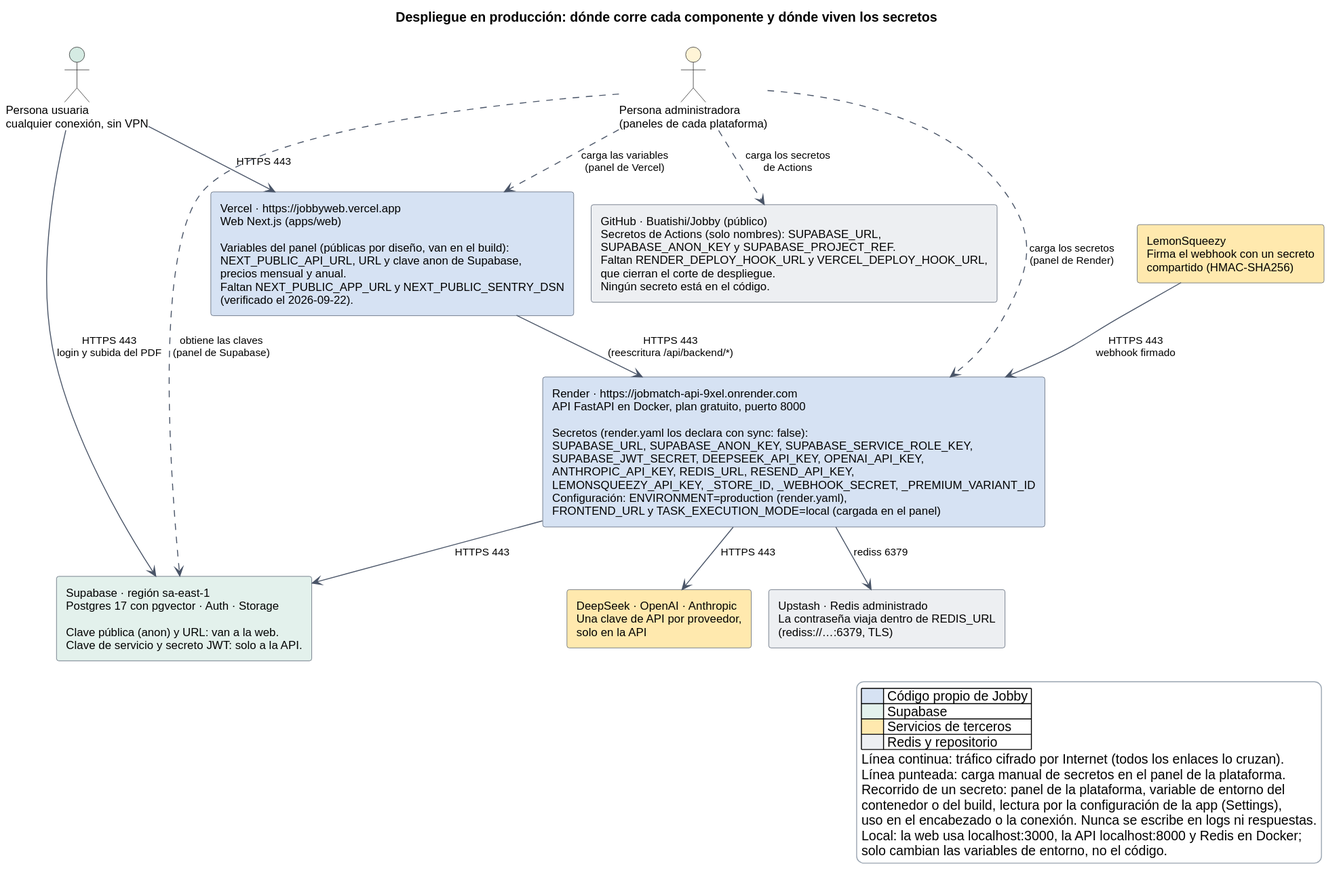
This is docs/diagramas/despliegue-y-secretos.svg from Buatishi/Jobby, a PlantUML export, as it was before one commit.
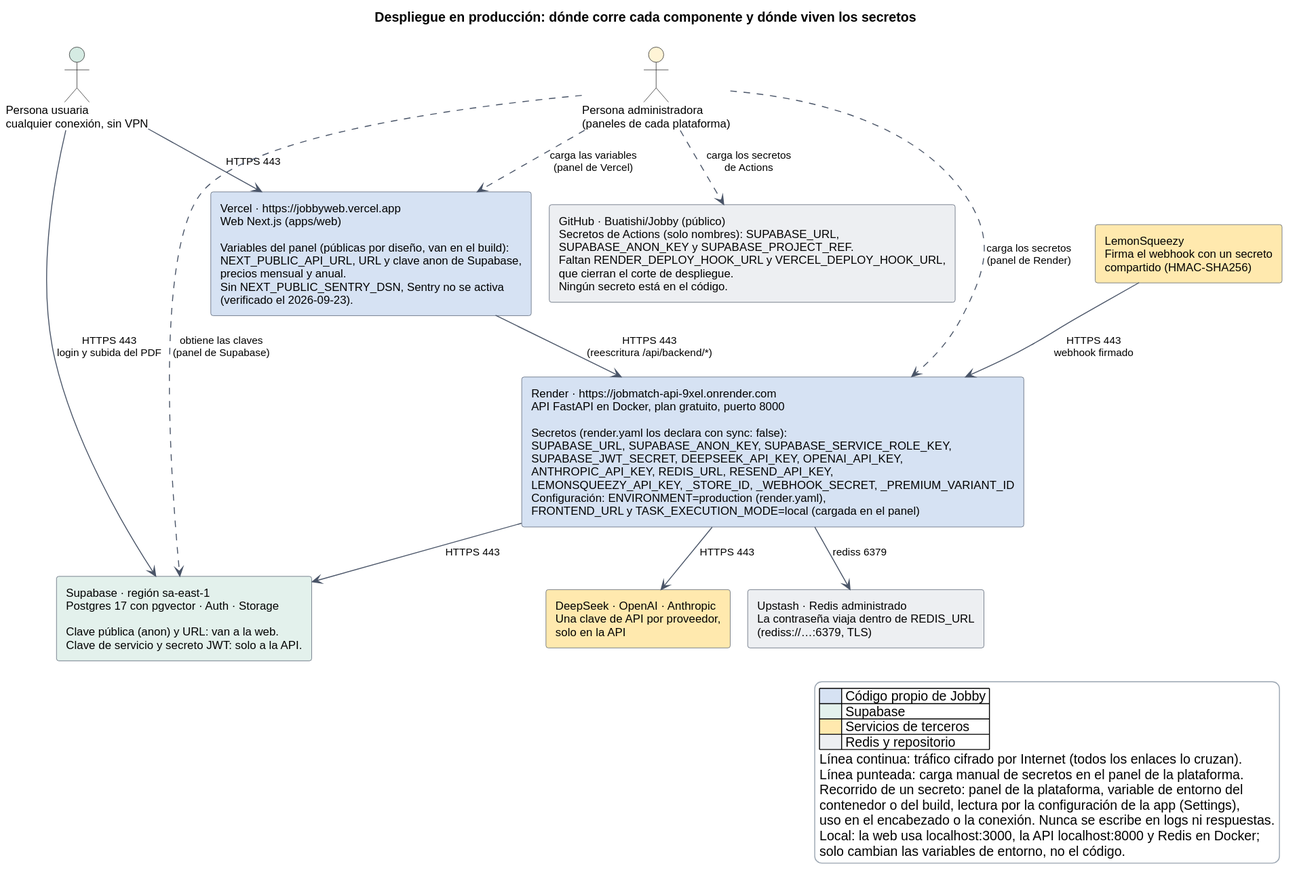
The same file after the commit.

Commit message:
Stop Vercel from building main and document how deploys really work

Change to the diagram source:
```diff
@@ -15,7 +15,7 @@
 actor "Persona usuaria\ncualquier conexión, sin VPN" as U #D5EBE3
 actor "Persona administradora\n(paneles de cada plataforma)" as ADM #FFF4D6
 
-rectangle "Vercel · https://jobbyweb.vercel.app\nWeb Next.js (apps/web)\n\nVariables del panel (públicas por diseño, van en el build):\nNEXT_PUBLIC_API_URL, URL y clave anon de Supabase,\nprecios mensual y anual.\nFaltan NEXT_PUBLIC_APP_URL y NEXT_PUBLIC_SENTRY_DSN\n(verificado el 2026-09-22)." as WEB #D6E2F3
+rectangle "Vercel · https://jobbyweb.vercel.app\nWeb Next.js (apps/web)\n\nVariables del panel (públicas por diseño, van en el build):\nNEXT_PUBLIC_API_URL, URL y clave anon de Supabase,\nprecios mensual y anual.\nSin NEXT_PUBLIC_SENTRY_DSN, Sentry no se activa\n(verificado el 2026-09-23)." as WEB #D6E2F3
 
 rectangle "Render · https://jobmatch-api-9xel.onrender.com\nAPI FastAPI en Docker, plan gratuito, puerto 8000\n\nSecretos (render.yaml los declara con sync: false):\nSUPABASE_URL, SUPABASE_ANON_KEY, SUPABASE_SERVICE_ROLE_KEY,\nSUPABASE_JWT_SECRET, DEEPSEEK_API_KEY, OPENAI_API_KEY,\nANTHROPIC_API_KEY, REDIS_URL, RESEND_API_KEY,\nLEMONSQUEEZY_API_KEY, _STORE_ID, _WEBHOOK_SECRET, _PREMIUM_VARIANT_ID\nConfiguración: ENVIRONMENT=production (render.yaml),\nFRONTEND_URL y TASK_EXECUTION_MODE=local (cargada en el panel)" as API #D6E2F3
 
```
